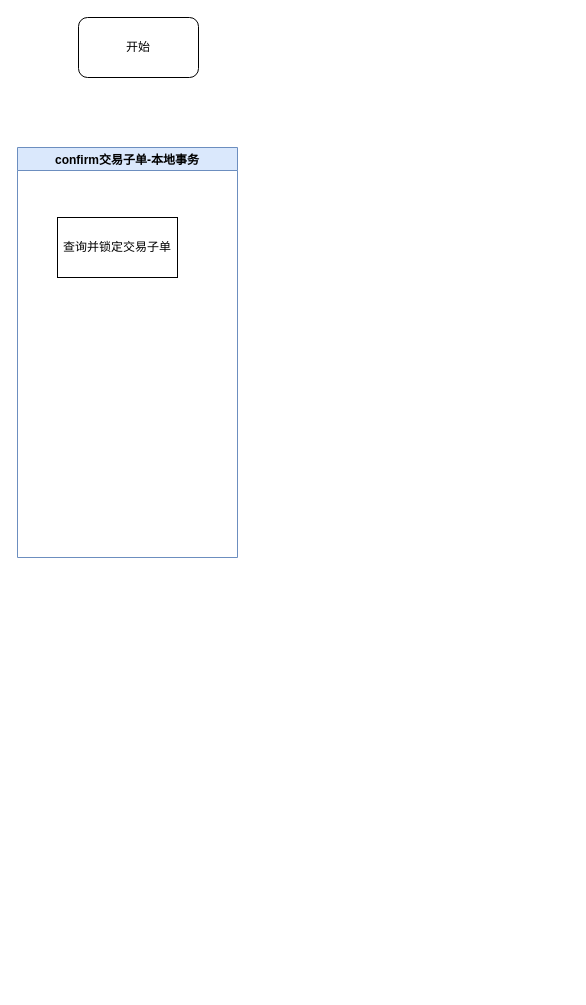
Before: 人工confirm交易子单.drawio in catface996/images, a draw.io diagram. Source tidied: cells renumbered, new cells numbered last; positions are measured from the earlier drawing's top-left corner, leaving out a move shared by most shapes. Both pictures are drawn from the tidied source at 100%, with x=0, y=0 at pixel (17, 17).
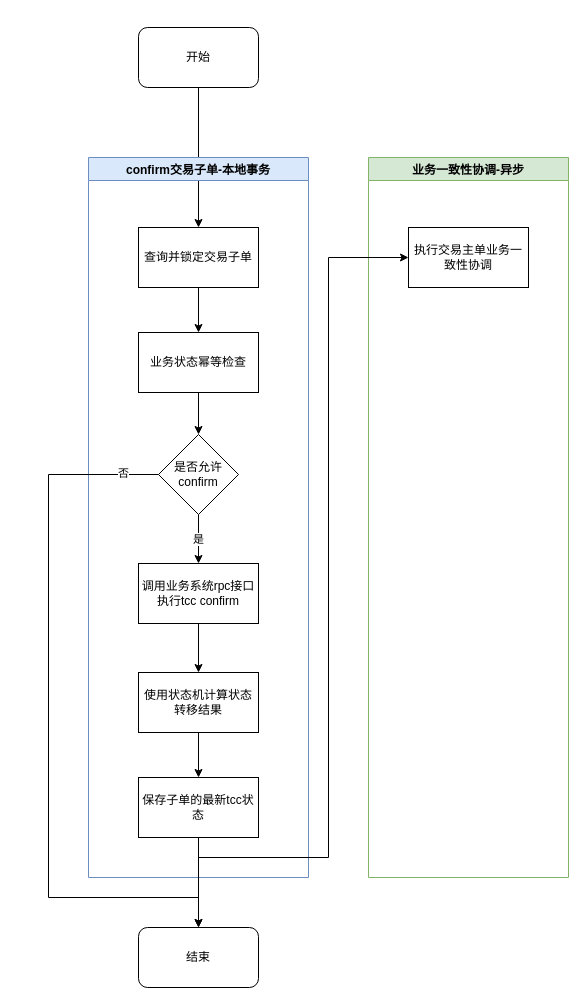
The same diagram, later.

Commit message (it also covers changes not shown here):
更新人工confirm交易子单.drawio

Change to the diagram source:
```diff
@@
+    <mxCell id="5" style="edgeStyle=orthogonalEdgeStyle;rounded=0;jettySize=auto;html=1;entryX=0.5;entryY=0;entryDx=0;entryDy=0;" parent="1" edge="1" source="2" target="4">
+      <mxGeometry relative="1" as="geometry" />
+    </mxCell>
     <mxCell id="2" value="开始" style="rounded=1;whiteSpace=wrap;html=1;" parent="1" vertex="1">
-      <mxGeometry x="61" width="120" height="60" as="geometry" />
+      <mxGeometry x="121" y="10" width="120" height="60" as="geometry" />
     </mxCell>
     <mxCell id="3" value="confirm交易子单-本地事务" style="swimlane;startSize=23;fillColor=#dae8fc;strokeColor=#6c8ebf;" parent="1" vertex="1">
-      <mxGeometry y="130" width="220" height="410" as="geometry" />
+      <mxGeometry x="71" y="140" width="220" height="720" as="geometry" />
     </mxCell>
+    <mxCell id="6" style="edgeStyle=orthogonalEdgeStyle;rounded=0;jettySize=auto;html=1;entryX=0.5;entryY=0;entryDx=0;entryDy=0;" parent="3" edge="1" source="4" target="8">
+      <mxGeometry relative="1" as="geometry" />
+    </mxCell>
     <mxCell id="4" value="查询并锁定交易子单" style="rounded=0;whiteSpace=wrap;html=1;" parent="3" vertex="1">
-      <mxGeometry x="40" y="70" width="120" height="60" as="geometry" />
+      <mxGeometry x="50" y="70" width="120" height="60" as="geometry" />
     </mxCell>
+    <mxCell id="7" style="edgeStyle=orthogonalEdgeStyle;rounded=0;jettySize=auto;html=1;entryX=0.5;entryY=0;entryDx=0;entryDy=0;" parent="3" edge="1" source="8" target="10">
+      <mxGeometry relative="1" as="geometry" />
+    </mxCell>
+    <mxCell id="8" value="业务状态幂等检查" style="rounded=0;whiteSpace=wrap;html=1;" parent="3" vertex="1">
+      <mxGeometry x="50" y="175" width="120" height="60" as="geometry" />
+    </mxCell>
+    <mxCell id="9" value="是" style="edgeStyle=orthogonalEdgeStyle;rounded=0;jettySize=auto;html=1;entryX=0.5;entryY=0;entryDx=0;entryDy=0;" parent="3" edge="1" source="10" target="12">
+      <mxGeometry relative="1" as="geometry" />
+    </mxCell>
+    <mxCell id="10" value="是否允许confirm" style="rhombus;whiteSpace=wrap;html=1;" parent="3" vertex="1">
+      <mxGeometry x="70" y="277" width="80" height="80" as="geometry" />
+    </mxCell>
+    <mxCell id="11" style="edgeStyle=orthogonalEdgeStyle;rounded=0;jettySize=auto;html=1;entryX=0.5;entryY=0;entryDx=0;entryDy=0;" parent="3" edge="1" source="12" target="14">
+      <mxGeometry relative="1" as="geometry" />
+    </mxCell>
+    <mxCell id="12" value="调用业务系统rpc接口执行tcc confirm" style="rounded=0;whiteSpace=wrap;html=1;" parent="3" vertex="1">
+      <mxGeometry x="50" y="406" width="120" height="60" as="geometry" />
+    </mxCell>
+    <mxCell id="13" style="edgeStyle=orthogonalEdgeStyle;rounded=0;jettySize=auto;html=1;entryX=0.5;entryY=0;entryDx=0;entryDy=0;" parent="3" edge="1" source="14" target="15">
+      <mxGeometry relative="1" as="geometry" />
+    </mxCell>
+    <mxCell id="14" value="使用状态机计算状态转移结果" style="rounded=0;whiteSpace=wrap;html=1;" parent="3" vertex="1">
+      <mxGeometry x="50" y="515" width="120" height="60" as="geometry" />
+    </mxCell>
+    <mxCell id="15" value="保存子单的最新tcc状态" style="rounded=0;whiteSpace=wrap;html=1;" parent="3" vertex="1">
+      <mxGeometry x="50" y="620" width="120" height="60" as="geometry" />
+    </mxCell>
+    <mxCell id="16" value="结束" style="rounded=1;whiteSpace=wrap;html=1;" parent="1" vertex="1">
+      <mxGeometry x="121" y="910" width="120" height="60" as="geometry" />
+    </mxCell>
+    <mxCell id="17" value="业务一致性协调-异步" style="swimlane;fillColor=#d5e8d4;strokeColor=#82b366;" parent="1" vertex="1">
+      <mxGeometry x="351" y="140" width="200" height="720" as="geometry" />
+    </mxCell>
+    <mxCell id="18" value="执行交易主单业务一致性协调" style="rounded=0;whiteSpace=wrap;html=1;" parent="17" vertex="1">
+      <mxGeometry x="40" y="70" width="120" height="60" as="geometry" />
+    </mxCell>
+    <mxCell id="19" style="edgeStyle=orthogonalEdgeStyle;rounded=0;jettySize=auto;html=1;entryX=0.5;entryY=0;entryDx=0;entryDy=0;" parent="1" edge="1" source="10" target="16">
+      <mxGeometry relative="1" as="geometry">
+        <Array as="points">
+          <mxPoint x="31" y="457" />
+          <mxPoint x="31" y="880" />
+          <mxPoint x="181" y="880" />
+        </Array>
+      </mxGeometry>
+    </mxCell>
+    <mxCell id="20" value="否" style="edgeLabel;html=1;align=center;verticalAlign=middle;" parent="19" vertex="1">
+      <mxGeometry x="-0.9" y="-2" relative="1" as="geometry" />
+    </mxCell>
+    <mxCell id="21" style="edgeStyle=orthogonalEdgeStyle;rounded=0;jettySize=auto;html=1;entryX=0;entryY=0.5;entryDx=0;entryDy=0;exitX=0.5;exitY=1;exitDx=0;exitDy=0;" parent="1" edge="1" source="15" target="18">
+      <mxGeometry relative="1" as="geometry">
+        <Array as="points">
+          <mxPoint x="181" y="840" />
+          <mxPoint x="311" y="840" />
+          <mxPoint x="311" y="240" />
+        </Array>
+      </mxGeometry>
+    </mxCell>
+    <mxCell id="22" style="edgeStyle=orthogonalEdgeStyle;rounded=0;jettySize=auto;html=1;entryX=0.5;entryY=0;entryDx=0;entryDy=0;exitX=0.5;exitY=1;exitDx=0;exitDy=0;" parent="1" edge="1" source="15" target="16">
+      <mxGeometry relative="1" as="geometry">
+        <Array as="points">
+          <mxPoint x="181" y="900" />
+          <mxPoint x="181" y="900" />
+        </Array>
+      </mxGeometry>
+    </mxCell>
```
